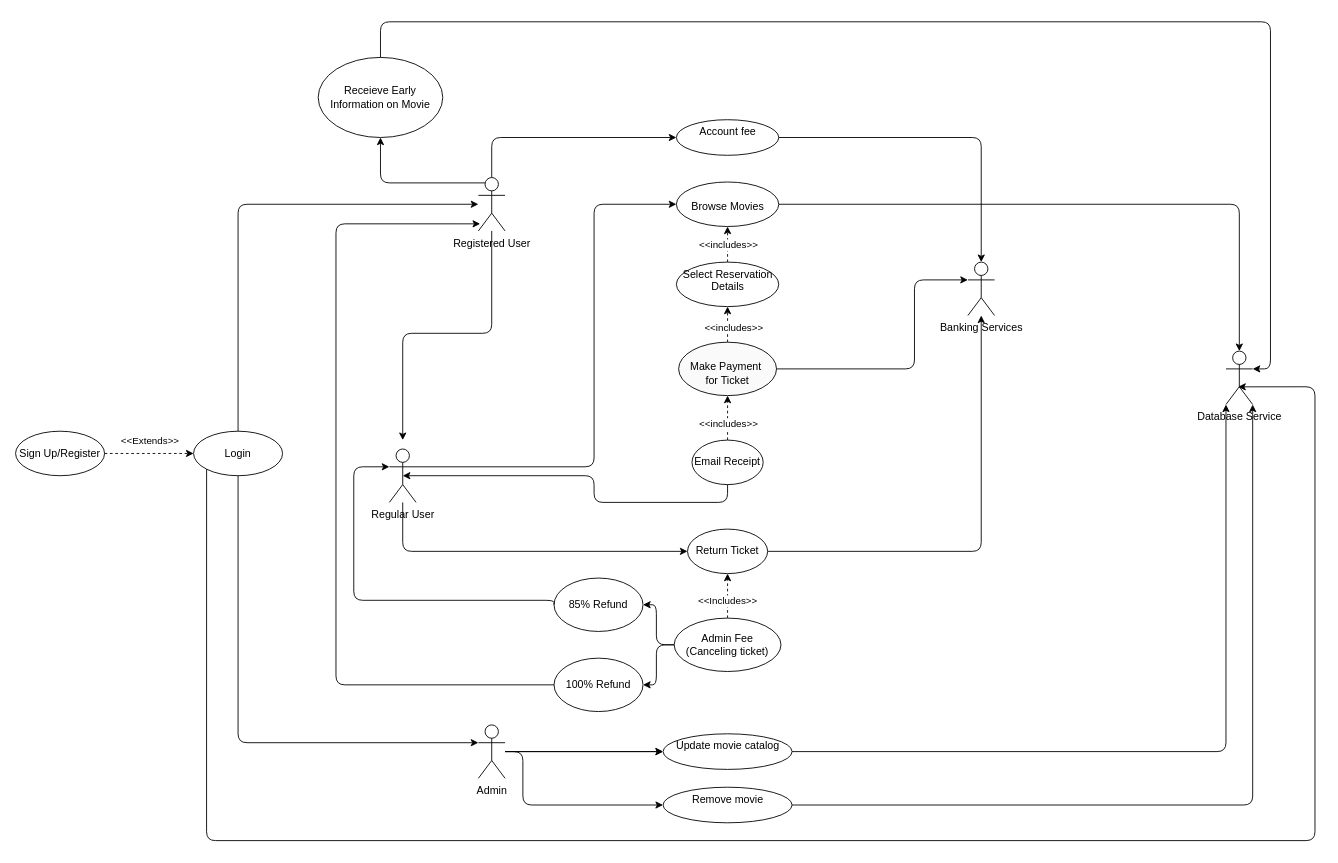
Earlier version of the draw.io diagram page "Use Case Diagram" (1 of 8) of ENSF 480 Final Project Diagrams.drawio (SenorYuen/ProjectGrp9). Source tidied: cells renumbered, new cells numbered last; positions are measured from the earlier drawing's top-left corner, leaving out a move shared by most shapes. Both pictures are drawn from the tidied source at 89%, with x=0, y=0 at pixel (15, 21).
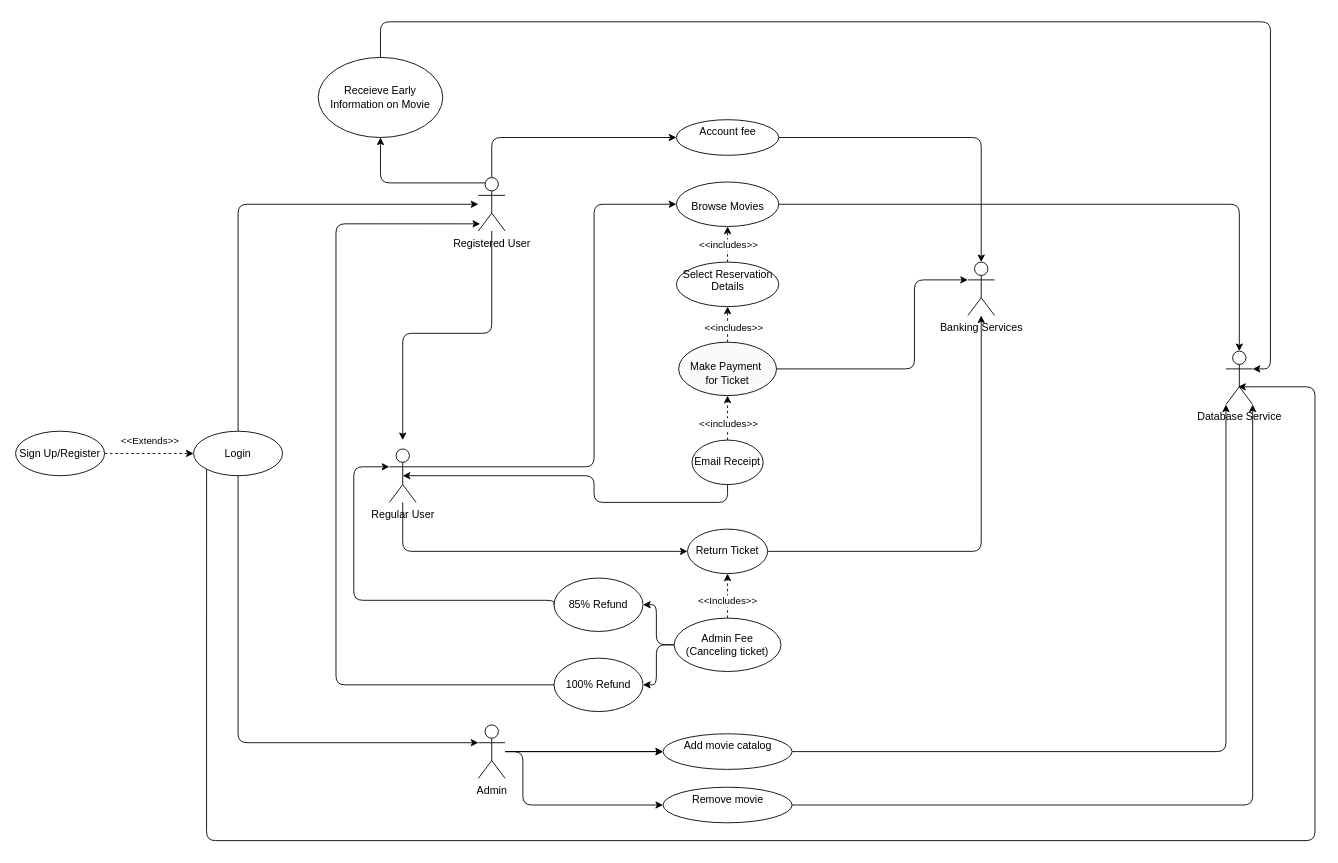
After the change.

The edit, as a diff of the source:
```diff
@@
-    <mxCell id="28" value="Update movie catalog" style="ellipse;whiteSpace=wrap;html=1;verticalAlign=top;fillColor=#ffffff;" parent="1" vertex="1">
+    <mxCell id="28" value="Add movie catalog" style="ellipse;whiteSpace=wrap;html=1;verticalAlign=top;fillColor=#ffffff;" parent="1" vertex="1">
       <mxGeometry x="727.5" y="800" width="145" height="40" as="geometry" />
     </mxCell>
```
